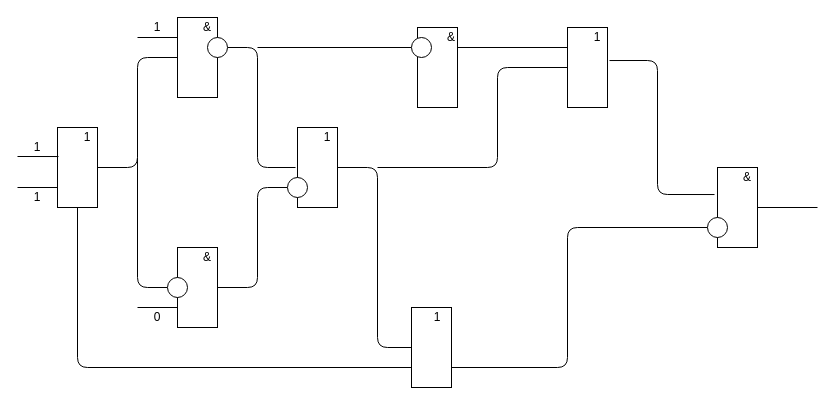
The draw.io diagram tima.drawio in GluhovDmitry/charts, before the edit. Source tidied: cells renumbered, new cells numbered last; positions are measured from the earlier drawing's top-left corner, leaving out a move shared by most shapes. Both pictures are drawn from the tidied source at 100%, with x=0, y=0 at pixel (17, 17).
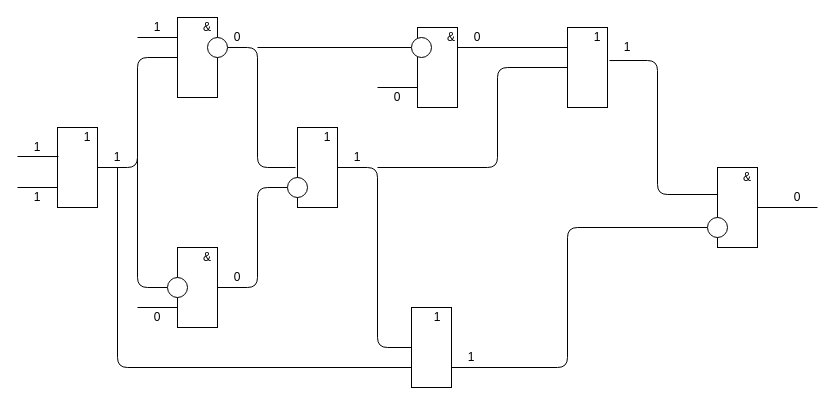
Above is the later version.

Unchanged cells that the change refers to:
```xml
<mxCell id="2" style="rounded=0;whiteSpace=wrap;html=1;" parent="1" vertex="1">
  <mxGeometry x="40" y="110" width="40" height="80" as="geometry" />
</mxCell>
<mxCell id="6" style="rounded=0;whiteSpace=wrap;html=1;" parent="1" vertex="1">
  <mxGeometry x="400" y="10" width="40" height="80" as="geometry" />
</mxCell>
<mxCell id="7" style="rounded=0;whiteSpace=wrap;html=1;" parent="1" vertex="1">
  <mxGeometry x="700" y="150" width="40" height="80" as="geometry" />
</mxCell>
<mxCell id="8" style="rounded=0;whiteSpace=wrap;html=1;" parent="1" vertex="1">
  <mxGeometry x="550" y="10" width="40" height="80" as="geometry" />
</mxCell>
<mxCell id="9" style="rounded=0;whiteSpace=wrap;html=1;" parent="1" vertex="1">
  <mxGeometry x="394" y="290" width="40" height="80" as="geometry" />
</mxCell>
```

Change to the diagram source:
```diff
@@
-    <mxCell id="16" style="endArrow=none;html=1;exitX=0.5;exitY=1;exitDx=0;exitDy=0;entryX=0;entryY=0.75;entryDx=0;entryDy=0;" parent="1" edge="1" source="2" target="9">
+    <mxCell id="16" style="endArrow=none;html=1;exitX=0.5;exitY=1;exitDx=0;exitDy=0;entryX=0;entryY=0.75;entryDx=0;entryDy=0;" parent="1" edge="1" source="43" target="9">
       <mxGeometry relative="1" as="geometry">
         <Array as="points">
-          <mxPoint x="60" y="350" />
+          <mxPoint x="100" y="350" />
         </Array>
       </mxGeometry>
     </mxCell>
@@
-    <mxCell id="24" style="endArrow=none;html=1;entryX=-0.075;entryY=0.338;entryDx=0;entryDy=0;entryPerimeter=0;exitX=1.05;exitY=0.413;exitDx=0;exitDy=0;exitPerimeter=0;" parent="1" edge="1" source="8" target="7">
+    <mxCell id="24" style="endArrow=none;html=1;exitX=1.05;exitY=0.413;exitDx=0;exitDy=0;exitPerimeter=0;" parent="1" edge="1" source="8">
       <mxGeometry relative="1" as="geometry">
+        <mxPoint x="700" y="177" as="targetPoint" />
         <Array as="points">
           <mxPoint x="640" y="43" />
           <mxPoint x="640" y="177" />
         </Array>
       </mxGeometry>
     </mxCell>
@@
+    <mxCell id="43" value="1" style="text;html=1;strokeColor=none;fillColor=none;align=center;verticalAlign=middle;whiteSpace=wrap;rounded=0;" parent="1" vertex="1">
+      <mxGeometry x="80" y="130" width="40" height="20" as="geometry" />
+    </mxCell>
+    <mxCell id="44" value="0" style="text;html=1;strokeColor=none;fillColor=none;align=center;verticalAlign=middle;whiteSpace=wrap;rounded=0;" parent="1" vertex="1">
+      <mxGeometry x="200" y="250" width="40" height="20" as="geometry" />
+    </mxCell>
+    <mxCell id="45" value="0" style="text;html=1;strokeColor=none;fillColor=none;align=center;verticalAlign=middle;whiteSpace=wrap;rounded=0;" parent="1" vertex="1">
+      <mxGeometry x="200" y="10" width="40" height="20" as="geometry" />
+    </mxCell>
+    <mxCell id="46" value="1" style="text;html=1;strokeColor=none;fillColor=none;align=center;verticalAlign=middle;whiteSpace=wrap;rounded=0;" parent="1" vertex="1">
+      <mxGeometry x="320" y="130" width="40" height="20" as="geometry" />
+    </mxCell>
+    <mxCell id="47" value="1" style="text;html=1;strokeColor=none;fillColor=none;align=center;verticalAlign=middle;whiteSpace=wrap;rounded=0;" parent="1" vertex="1">
+      <mxGeometry x="434" y="330" width="40" height="20" as="geometry" />
+    </mxCell>
+    <mxCell id="48" style="endArrow=none;html=1;entryX=0;entryY=0.75;entryDx=0;entryDy=0;" parent="1" edge="1" target="6">
+      <mxGeometry relative="1" as="geometry">
+        <mxPoint x="360" y="70" as="sourcePoint" />
+      </mxGeometry>
+    </mxCell>
+    <mxCell id="49" value="0" style="text;html=1;strokeColor=none;fillColor=none;align=center;verticalAlign=middle;whiteSpace=wrap;rounded=0;" parent="1" vertex="1">
+      <mxGeometry x="360" y="70" width="40" height="20" as="geometry" />
+    </mxCell>
+    <mxCell id="50" value="0" style="text;html=1;strokeColor=none;fillColor=none;align=center;verticalAlign=middle;whiteSpace=wrap;rounded=0;" parent="1" vertex="1">
+      <mxGeometry x="440" y="10" width="40" height="20" as="geometry" />
+    </mxCell>
+    <mxCell id="51" value="1" style="text;html=1;strokeColor=none;fillColor=none;align=center;verticalAlign=middle;whiteSpace=wrap;rounded=0;" parent="1" vertex="1">
+      <mxGeometry x="590" y="20" width="40" height="20" as="geometry" />
+    </mxCell>
+    <mxCell id="52" value="0" style="text;html=1;strokeColor=none;fillColor=none;align=center;verticalAlign=middle;whiteSpace=wrap;rounded=0;" parent="1" vertex="1">
+      <mxGeometry x="760" y="170" width="40" height="20" as="geometry" />
+    </mxCell>
```
